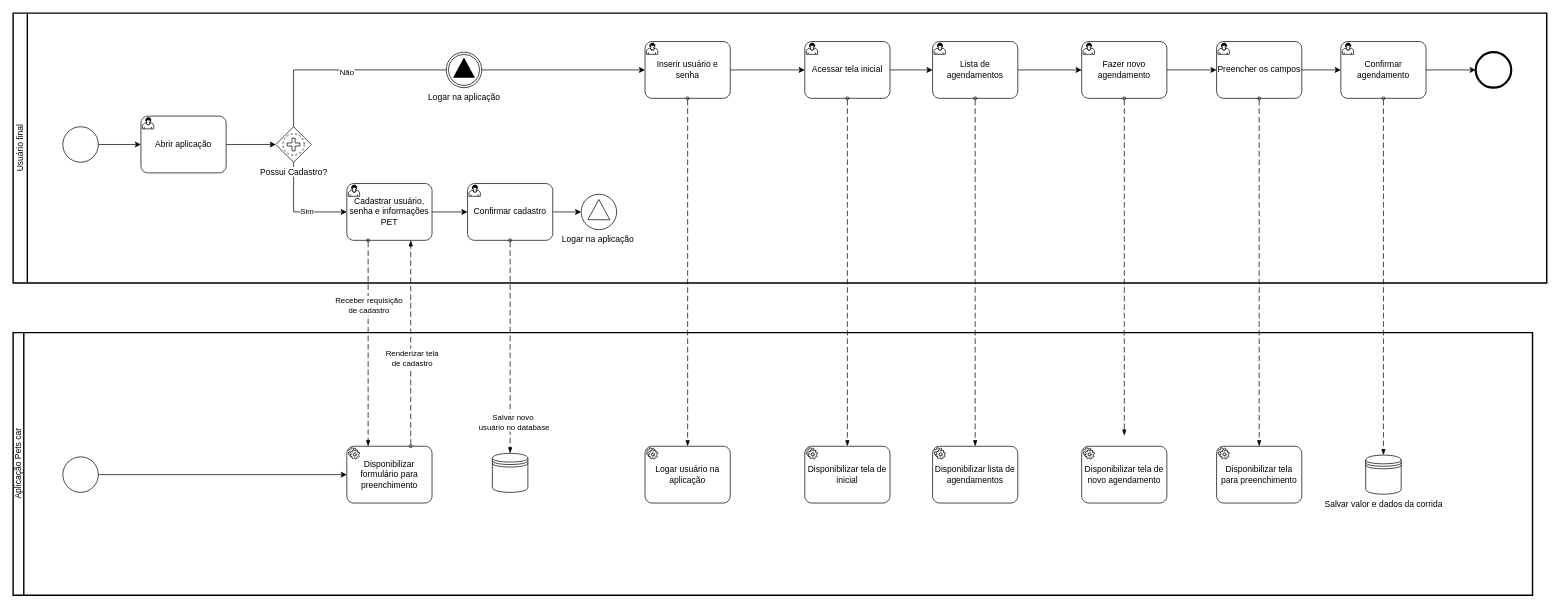
Earlier version of the draw.io diagram page "Processo principal user" (2 of 8) of Untitled Diagram.drawio (ICEI-PUC-Minas-PMV-ADS/Pet-s-Car). Source tidied: cells renumbered, new cells numbered last; positions are measured from the earlier drawing's top-left corner, leaving out a move shared by most shapes. Both pictures are drawn from the tidied source at 71%, with x=0, y=0 at pixel (13, 13).
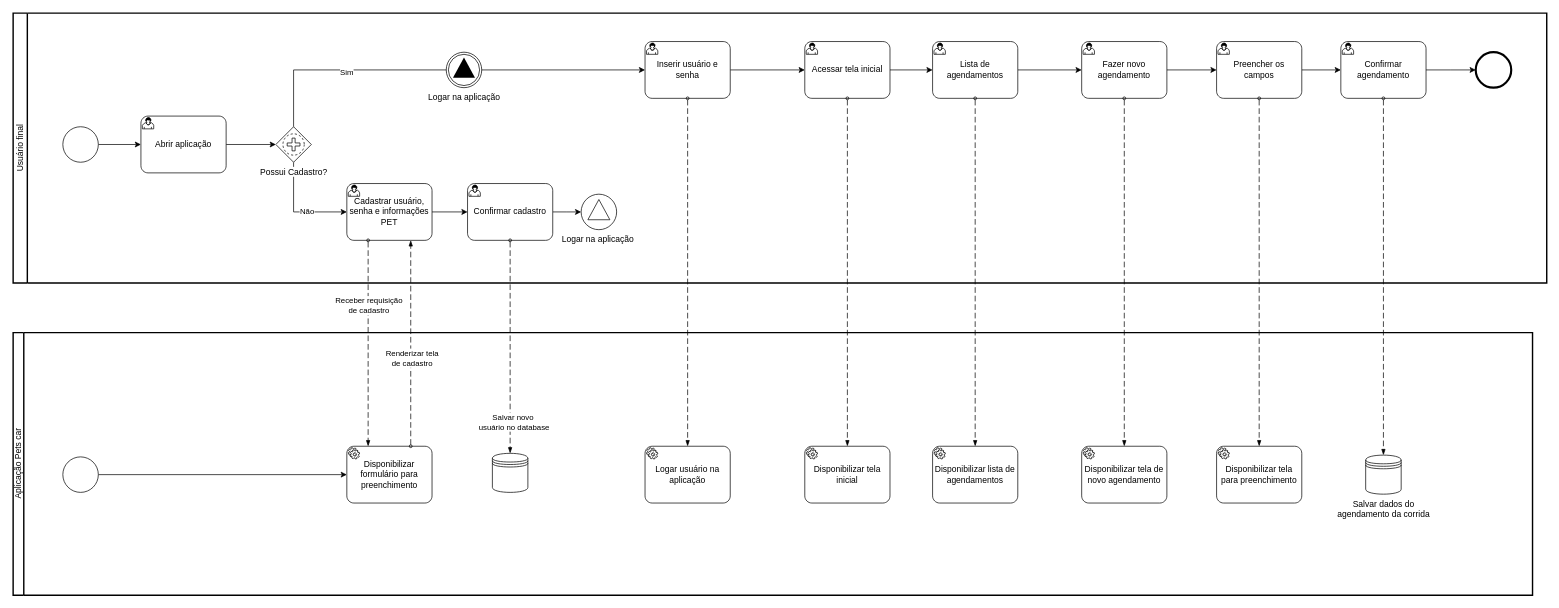
After the change.

The change refers to these unchanged cells:
```xml
<mxCell id="2" value="Aplicação Pets car" style="swimlane;html=1;startSize=15;fontStyle=0;horizontal=0;swimlaneLine=1;swimlaneFillColor=#ffffff;strokeWidth=2;whiteSpace=wrap;" parent="1" vertex="1">
  <mxGeometry y="450" width="2140" height="370" as="geometry" />
</mxCell>
<mxCell id="10" value="Disponibilizar tela de novo agendamento" style="points=[[0.25,0,0],[0.5,0,0],[0.75,0,0],[1,0.25,0],[1,0.5,0],[1,0.75,0],[0.75,1,0],[0.5,1,0],[0.25,1,0],[0,0.75,0],[0,0.5,0],[0,0.25,0]];shape=mxgraph.bpmn.task;whiteSpace=wrap;rectStyle=rounded;size=10;html=1;taskMarker=service;" parent="2" vertex="1">
  <mxGeometry x="1505" y="160" width="120" height="80" as="geometry" />
</mxCell>
<mxCell id="13" value="Usuário final" style="swimlane;html=1;startSize=20;fontStyle=0;horizontal=0;swimlaneLine=1;swimlaneFillColor=#ffffff;strokeWidth=2;whiteSpace=wrap;" parent="1" vertex="1">
  <mxGeometry width="2160" height="380" as="geometry" />
</mxCell>
<mxCell id="20" style="edgeStyle=orthogonalEdgeStyle;rounded=0;jettySize=auto;html=1;exitX=0.5;exitY=0;exitDx=0;exitDy=0;exitPerimeter=0;entryX=0;entryY=0.5;entryDx=0;entryDy=0;entryPerimeter=0;" parent="13" edge="1" source="24" target="19">
  <mxGeometry relative="1" as="geometry" />
</mxCell>
<mxCell id="22" style="edgeStyle=orthogonalEdgeStyle;rounded=0;jettySize=auto;html=1;exitX=0.5;exitY=1;exitDx=0;exitDy=0;exitPerimeter=0;entryX=0;entryY=0.5;entryDx=0;entryDy=0;entryPerimeter=0;" parent="13" edge="1" source="24" target="26">
  <mxGeometry relative="1" as="geometry" />
</mxCell>
<mxCell id="34" value="Fazer novo agendamento" style="points=[[0.25,0,0],[0.5,0,0],[0.75,0,0],[1,0.25,0],[1,0.5,0],[1,0.75,0],[0.75,1,0],[0.5,1,0],[0.25,1,0],[0,0.75,0],[0,0.5,0],[0,0.25,0]];shape=mxgraph.bpmn.task;whiteSpace=wrap;rectStyle=rounded;size=10;html=1;taskMarker=user;" parent="13" vertex="1">
  <mxGeometry x="1505" y="40" width="120" height="80" as="geometry" />
</mxCell>
```

The edit, as a diff of the source:
```diff
@@
-    <mxCell id="8" value="Disponibilizar tela de inicial" style="points=[[0.25,0,0],[0.5,0,0],[0.75,0,0],[1,0.25,0],[1,0.5,0],[1,0.75,0],[0.75,1,0],[0.5,1,0],[0.25,1,0],[0,0.75,0],[0,0.5,0],[0,0.25,0]];shape=mxgraph.bpmn.task;whiteSpace=wrap;rectStyle=rounded;size=10;html=1;taskMarker=service;" parent="2" vertex="1">
+    <mxCell id="8" value="Disponibilizar tela inicial" style="points=[[0.25,0,0],[0.5,0,0],[0.75,0,0],[1,0.25,0],[1,0.5,0],[1,0.75,0],[0.75,1,0],[0.5,1,0],[0.25,1,0],[0,0.75,0],[0,0.5,0],[0,0.25,0]];shape=mxgraph.bpmn.task;whiteSpace=wrap;rectStyle=rounded;size=10;html=1;taskMarker=service;" parent="2" vertex="1">
       <mxGeometry x="1115" y="160" width="120" height="80" as="geometry" />
     </mxCell>
@@
-    <mxCell id="11" value="Salvar valor e dados da corrida" style="shape=datastore;html=1;labelPosition=center;verticalLabelPosition=bottom;align=center;verticalAlign=top;" parent="2" vertex="1">
+    <mxCell id="11" value="Salvar dados do&lt;br&gt;agendamento da corrida" style="shape=datastore;html=1;labelPosition=center;verticalLabelPosition=bottom;align=center;verticalAlign=top;" parent="2" vertex="1">
       <mxGeometry x="1905" y="172.5" width="50" height="55" as="geometry" />
     </mxCell>
@@
-    <mxCell id="21" value="Não" style="edgeLabel;html=1;align=center;verticalAlign=middle;" parent="20" vertex="1">
+    <mxCell id="21" value="Sim" style="edgeLabel;html=1;align=center;verticalAlign=middle;" parent="20" vertex="1">
       <mxGeometry x="-0.33" y="-2" relative="1" as="geometry">
         <mxPoint x="-39" as="offset" />
       </mxGeometry>
     </mxCell>
@@
-    <mxCell id="23" value="Sim" style="edgeLabel;html=1;align=center;verticalAlign=middle;" parent="22" vertex="1">
+    <mxCell id="23" value="Não" style="edgeLabel;html=1;align=center;verticalAlign=middle;" parent="22" vertex="1">
       <mxGeometry x="0.22" y="1" relative="1" as="geometry" />
     </mxCell>
@@
-    <mxCell id="36" value="Preencher os campos" style="points=[[0.25,0,0],[0.5,0,0],[0.75,0,0],[1,0.25,0],[1,0.5,0],[1,0.75,0],[0.75,1,0],[0.5,1,0],[0.25,1,0],[0,0.75,0],[0,0.5,0],[0,0.25,0]];shape=mxgraph.bpmn.task;whiteSpace=wrap;rectStyle=rounded;size=10;html=1;taskMarker=user;" parent="13" vertex="1">
+    <mxCell id="36" value="Preencher os&lt;br&gt;campos" style="points=[[0.25,0,0],[0.5,0,0],[0.75,0,0],[1,0.25,0],[1,0.5,0],[1,0.75,0],[0.75,1,0],[0.5,1,0],[0.25,1,0],[0,0.75,0],[0,0.5,0],[0,0.25,0]];shape=mxgraph.bpmn.task;whiteSpace=wrap;rectStyle=rounded;size=10;html=1;taskMarker=user;" parent="13" vertex="1">
       <mxGeometry x="1695" y="40" width="120" height="80" as="geometry" />
     </mxCell>
@@
-    <mxCell id="51" style="dashed=1;dashPattern=8 4;endArrow=blockThin;endFill=1;startArrow=oval;startFill=0;endSize=6;startSize=4;html=1;rounded=0;exitX=0.5;exitY=1;exitDx=0;exitDy=0;exitPerimeter=0;entryX=0.5;entryY=0;entryDx=0;entryDy=0;entryPerimeter=0;" parent="1" edge="1" source="34">
-      <mxGeometry relative="1" as="geometry">
-        <mxPoint x="1565" y="595" as="targetPoint" />
-      </mxGeometry>
+    <mxCell id="51" style="dashed=1;dashPattern=8 4;endArrow=blockThin;endFill=1;startArrow=oval;startFill=0;endSize=6;startSize=4;html=1;rounded=0;exitX=0.5;exitY=1;exitDx=0;exitDy=0;exitPerimeter=0;entryX=0.5;entryY=0;entryDx=0;entryDy=0;entryPerimeter=0;" parent="1" edge="1" source="34" target="10">
+      <mxGeometry relative="1" as="geometry" />
     </mxCell>
```
